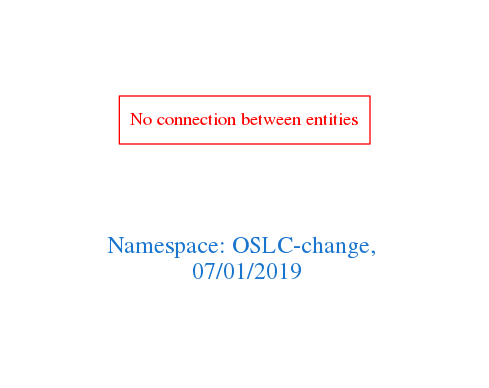
This is downloads/OSLC-change.png from arago/OGIT, a Graphviz export, as it was before one commit. Its source is kept beside it as downloads/OSLC-change.dot.
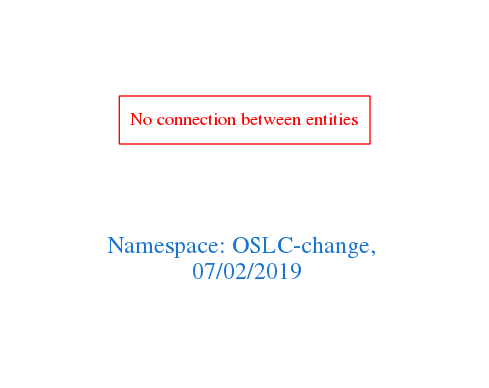
The same file after the commit.

Change to the diagram source:
```diff
@@ -1,7 +1,7 @@
 digraph OGIT_ontology {
  graph [ rankdir= LR,pad=1
 fontsize = 18,
-fontcolor= dodgerblue3,label = "\n\n\nNamespace: OSLC-change, \n 07/01/2019"];
+fontcolor= dodgerblue3,label = "\n\n\nNamespace: OSLC-change, \n 07/02/2019"];
 node[shape=polygon];
 edge [  color="gray81"];
 
```
